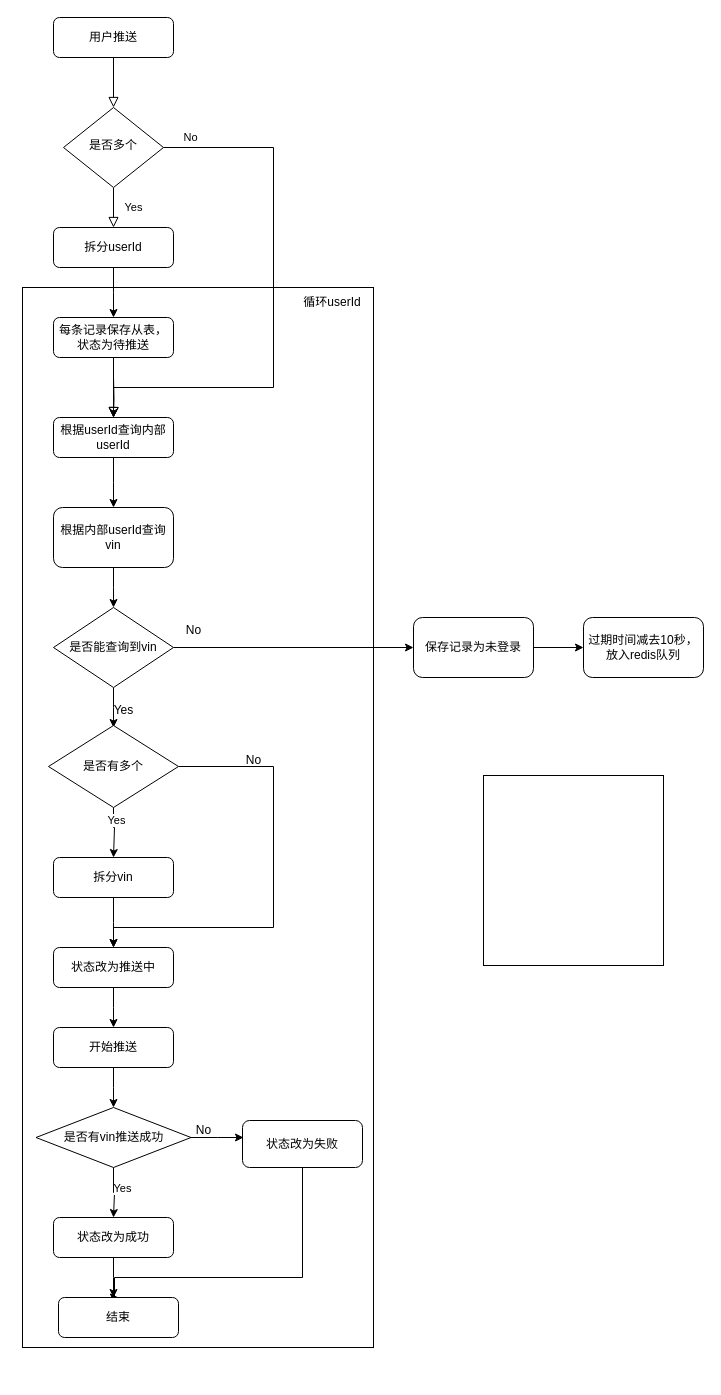
ecdatatangyu/springboot-demo keeps this draw.io diagram as 推送到用户.drawio. Above is the earlier version. Source tidied: cells renumbered, new cells numbered last; positions are measured from the earlier drawing's top-left corner, leaving out a move shared by most shapes. Both pictures are drawn from the tidied source at 100%, with x=0, y=0 at pixel (22, 17).
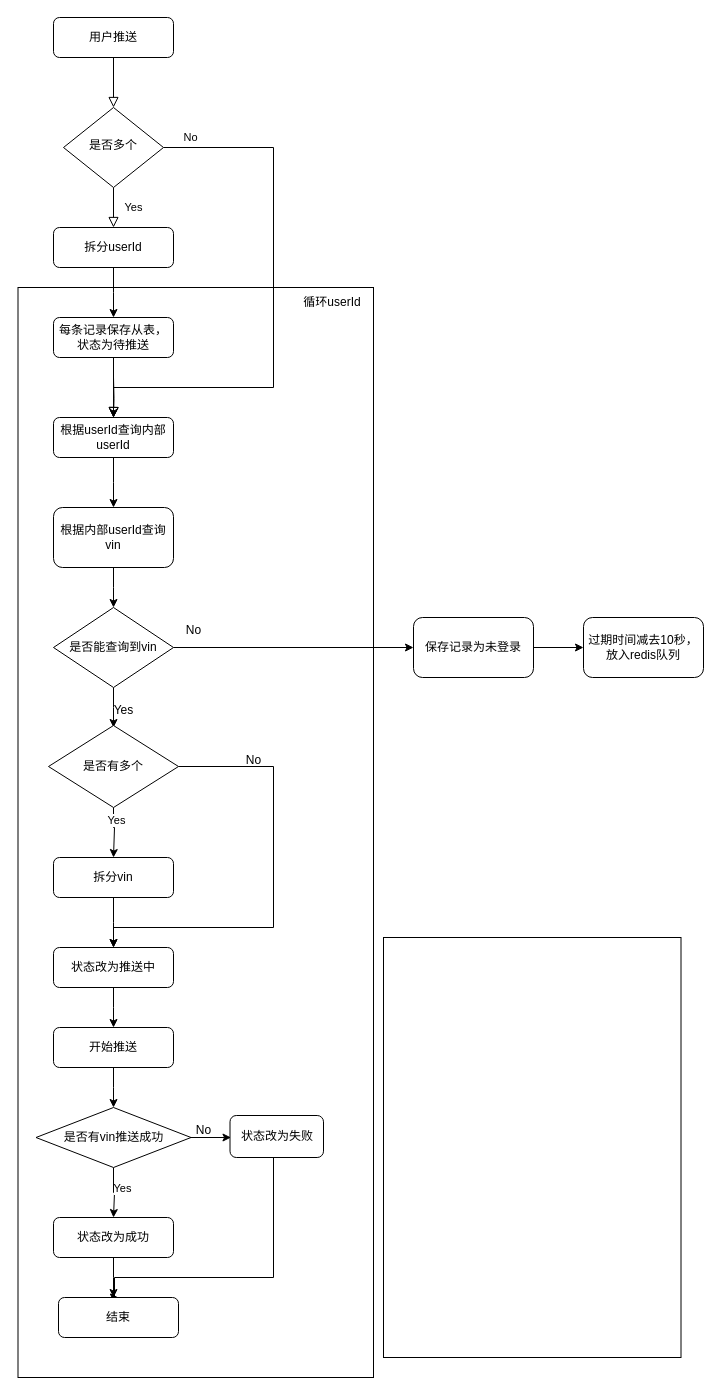
The same diagram, later.

Commit message:
Update 推送到用户.drawio

Unchanged cells that the change refers to:
```xml
<mxCell id="43" value="是否有vin推送成功" style="rhombus;whiteSpace=wrap;html=1;" parent="1" vertex="1">
  <mxGeometry x="13.5" y="1090" width="155" height="60" as="geometry" />
</mxCell>
<mxCell id="47" value="结束" style="rounded=1;whiteSpace=wrap;html=1;" parent="1" vertex="1">
  <mxGeometry x="36" y="1280" width="120" height="40" as="geometry" />
</mxCell>
```

What changed in the source:
```diff
@@
     <mxCell id="2" style="rounded=0;whiteSpace=wrap;html=1;" parent="1" vertex="1">
-      <mxGeometry y="270" width="351" height="1060" as="geometry" />
+      <mxGeometry x="-4.5" y="270" width="355.5" height="1090" as="geometry" />
     </mxCell>
@@
+    <mxCell id="35" style="rounded=0;whiteSpace=wrap;html=1;" parent="1" vertex="1">
+      <mxGeometry x="361" y="920" width="297.5" height="420" as="geometry" />
+    </mxCell>
@@
-    <mxCell id="35" style="rounded=0;whiteSpace=wrap;html=1;" parent="1" vertex="1">
-      <mxGeometry x="461" y="758" width="180" height="190" as="geometry" />
-    </mxCell>
@@
-    <mxCell id="42" style="edgeStyle=orthogonalEdgeStyle;rounded=0;jettySize=auto;html=1;" parent="1" edge="1" source="43">
+    <mxCell id="42" style="edgeStyle=orthogonalEdgeStyle;rounded=0;orthogonalLoop=1;jettySize=auto;html=1;" parent="1" edge="1">
       <mxGeometry relative="1" as="geometry">
-        <mxPoint x="221" y="1120" as="targetPoint" />
+        <mxPoint x="156" y="1120" as="sourcePoint" />
+        <mxPoint x="208.5" y="1120" as="targetPoint" />
       </mxGeometry>
     </mxCell>
@@
-    <mxCell id="45" style="edgeStyle=orthogonalEdgeStyle;rounded=0;jettySize=auto;html=1;exitX=0.5;exitY=1;exitDx=0;exitDy=0;entryX=0.5;entryY=0;entryDx=0;entryDy=0;" parent="1" edge="1" source="46" target="47">
+    <mxCell id="45" style="edgeStyle=orthogonalEdgeStyle;rounded=0;jettySize=auto;html=1;entryX=0.5;entryY=0;entryDx=0;entryDy=0;exitX=0.446;exitY=0.957;exitDx=0;exitDy=0;exitPerimeter=0;" parent="1" edge="1" source="46" target="47">
       <mxGeometry relative="1" as="geometry">
         <Array as="points">
-          <mxPoint x="280" y="1260" />
+          <mxPoint x="249" y="1140" />
+          <mxPoint x="251" y="1140" />
+          <mxPoint x="251" y="1260" />
           <mxPoint x="92" y="1260" />
           <mxPoint x="92" y="1280" />
         </Array>
       </mxGeometry>
     </mxCell>
     <mxCell id="46" value="状态改为失败" style="rounded=1;whiteSpace=wrap;html=1;" parent="1" vertex="1">
-      <mxGeometry x="220" y="1103" width="120" height="47" as="geometry" />
+      <mxGeometry x="207.5" y="1098" width="93.5" height="42" as="geometry" />
     </mxCell>
```
